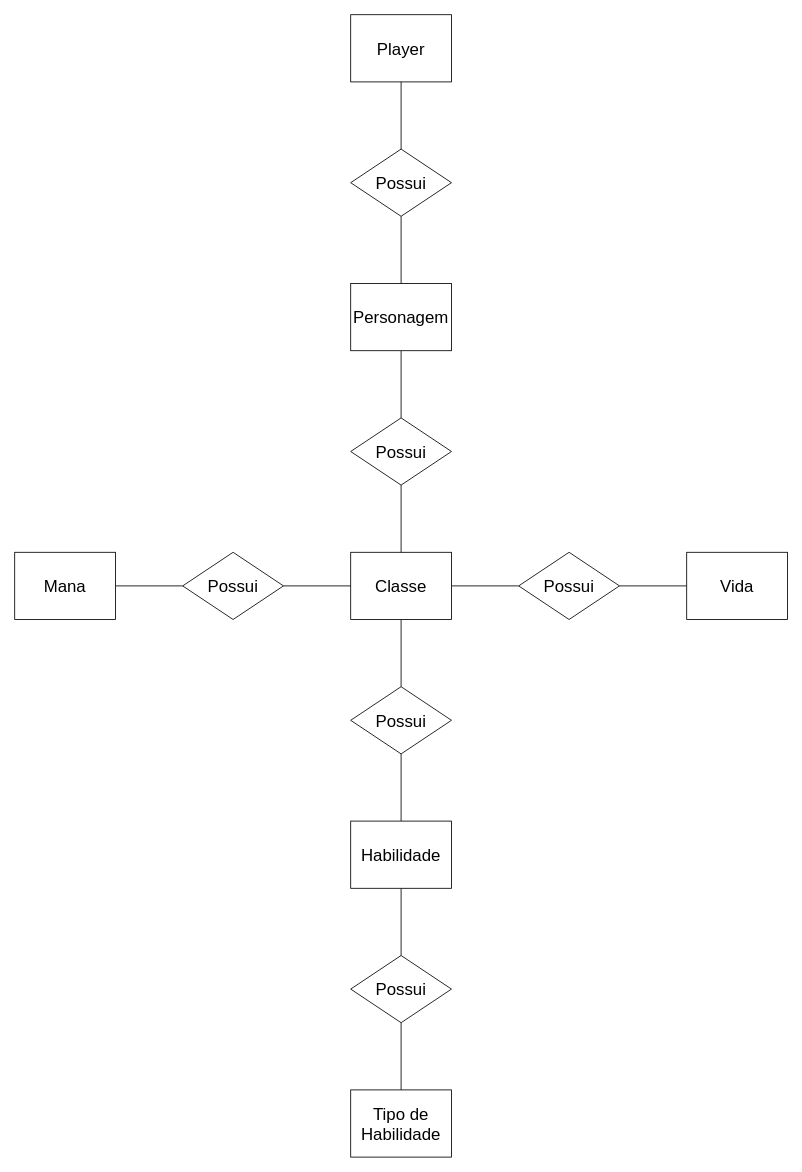
Earlier version of the draw.io diagram page "Conceitual" (1 of 2) of sprint_1_bd/H_HROADS/modelagens/projeto_HROADS_logico_conceitual.drawio (s-f22/SENAI_2). Source tidied: cells renumbered, new cells numbered last; positions are measured from the earlier drawing's top-left corner, leaving out a move shared by most shapes. Both pictures are drawn from the tidied source at 84%, with x=0, y=0 at pixel (14, 14).
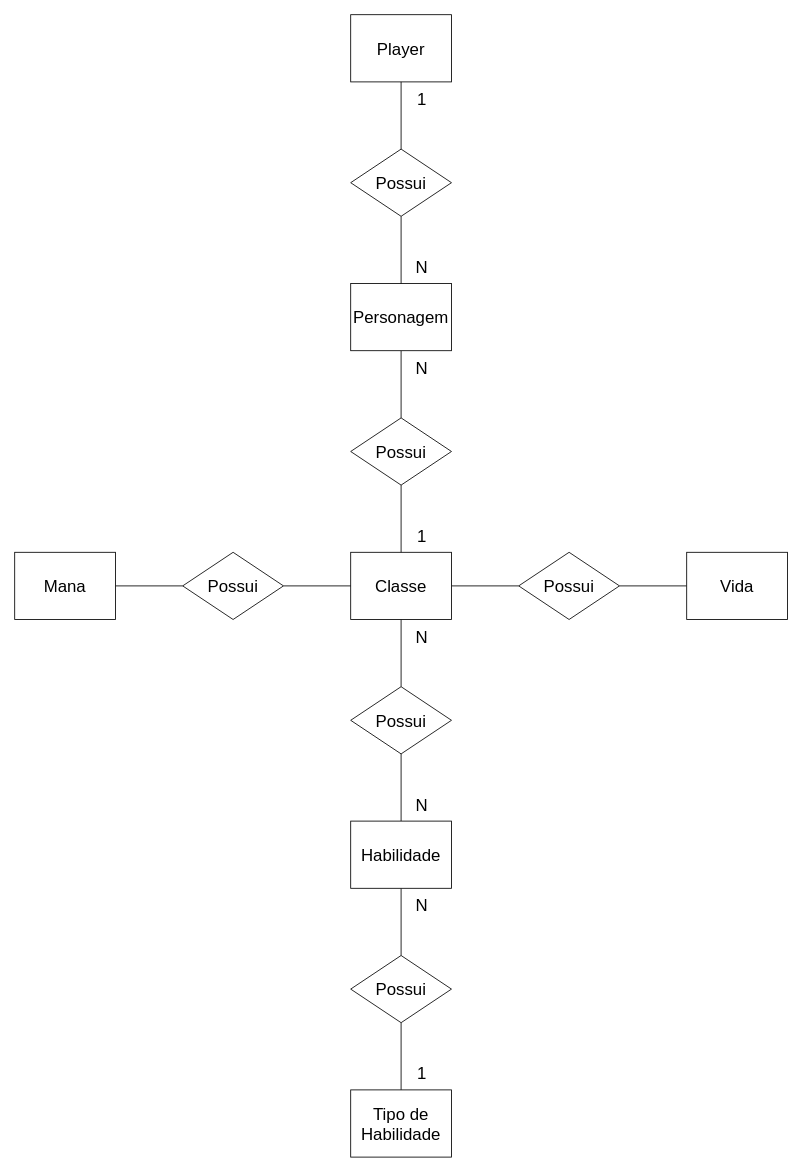
The same page after the edit.

The edit, as a diff of the source:
```diff
@@
+    <mxCell id="27" value="&lt;font style=&quot;font-size: 20px&quot;&gt;1&lt;/font&gt;" style="text;html=1;strokeColor=none;fillColor=none;align=center;verticalAlign=middle;whiteSpace=wrap;rounded=0;" parent="1" vertex="1">
+      <mxGeometry x="460" y="80" width="50" height="40" as="geometry" />
+    </mxCell>
+    <mxCell id="28" value="&lt;font style=&quot;font-size: 20px&quot;&gt;N&lt;/font&gt;" style="text;html=1;strokeColor=none;fillColor=none;align=center;verticalAlign=middle;whiteSpace=wrap;rounded=0;" parent="1" vertex="1">
+      <mxGeometry x="460" y="280" width="50" height="40" as="geometry" />
+    </mxCell>
+    <mxCell id="29" value="&lt;font style=&quot;font-size: 20px&quot;&gt;N&lt;/font&gt;" style="text;html=1;strokeColor=none;fillColor=none;align=center;verticalAlign=middle;whiteSpace=wrap;rounded=0;" parent="1" vertex="1">
+      <mxGeometry x="460" y="400" width="50" height="40" as="geometry" />
+    </mxCell>
+    <mxCell id="30" value="&lt;font style=&quot;font-size: 20px&quot;&gt;1&lt;/font&gt;" style="text;html=1;strokeColor=none;fillColor=none;align=center;verticalAlign=middle;whiteSpace=wrap;rounded=0;" parent="1" vertex="1">
+      <mxGeometry x="460" y="600" width="50" height="40" as="geometry" />
+    </mxCell>
+    <mxCell id="31" value="&lt;font style=&quot;font-size: 20px&quot;&gt;N&lt;/font&gt;" style="text;html=1;strokeColor=none;fillColor=none;align=center;verticalAlign=middle;whiteSpace=wrap;rounded=0;" parent="1" vertex="1">
+      <mxGeometry x="460" y="720" width="50" height="40" as="geometry" />
+    </mxCell>
+    <mxCell id="32" value="&lt;font style=&quot;font-size: 20px&quot;&gt;N&lt;/font&gt;" style="text;html=1;strokeColor=none;fillColor=none;align=center;verticalAlign=middle;whiteSpace=wrap;rounded=0;" parent="1" vertex="1">
+      <mxGeometry x="460" y="920" width="50" height="40" as="geometry" />
+    </mxCell>
+    <mxCell id="33" value="&lt;font style=&quot;font-size: 20px&quot;&gt;N&lt;/font&gt;" style="text;html=1;strokeColor=none;fillColor=none;align=center;verticalAlign=middle;whiteSpace=wrap;rounded=0;" parent="1" vertex="1">
+      <mxGeometry x="460" y="1040" width="50" height="40" as="geometry" />
+    </mxCell>
+    <mxCell id="34" value="&lt;font style=&quot;font-size: 20px&quot;&gt;1&lt;/font&gt;" style="text;html=1;strokeColor=none;fillColor=none;align=center;verticalAlign=middle;whiteSpace=wrap;rounded=0;" parent="1" vertex="1">
+      <mxGeometry x="460" y="1240" width="50" height="40" as="geometry" />
+    </mxCell>
```
